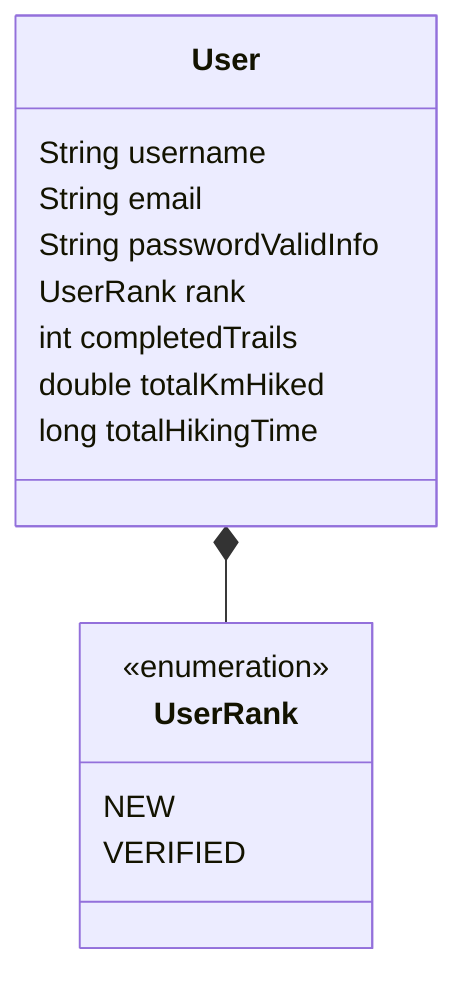
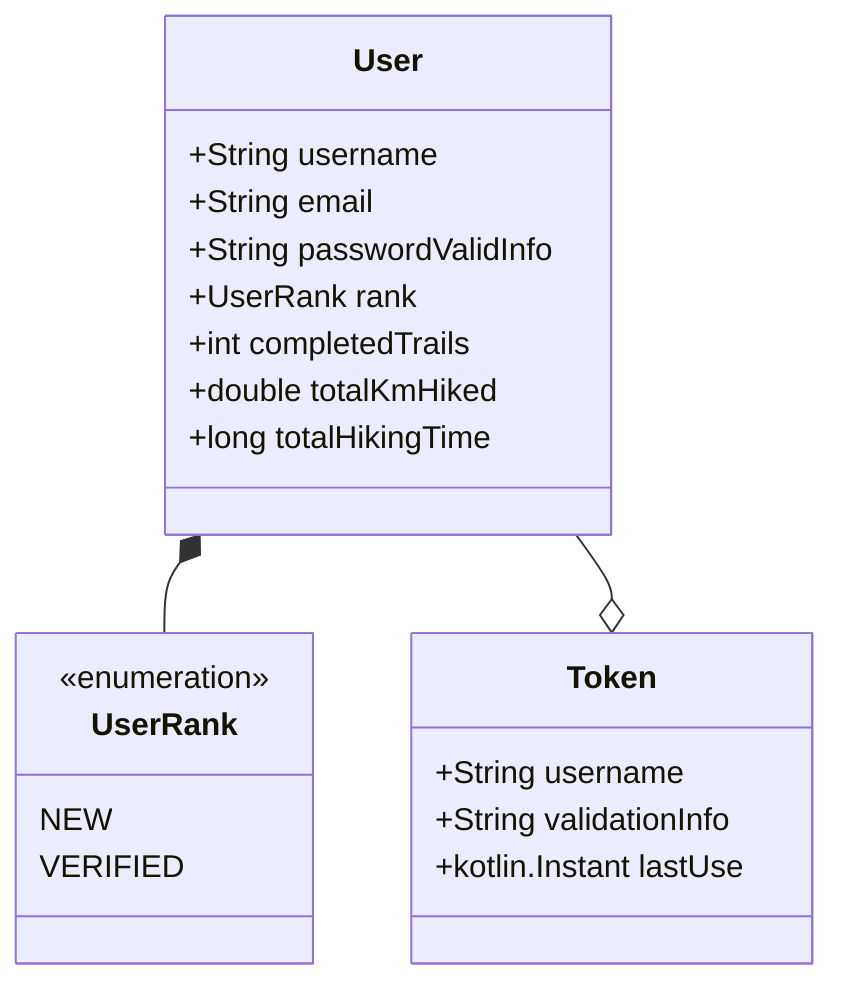
classDiagram
    class UserRank {
        <<enumeration>>
        NEW
        VERIFIED
    }

    class User {
-         String username
-         String email
-         String passwordValidInfo
-         UserRank rank
-         int completedTrails
-         double totalKmHiked
-         long totalHikingTime
+         +String username
+         +String email
+         +String passwordValidInfo
+         +UserRank rank
+         +int completedTrails
+         +double totalKmHiked
+         +long totalHikingTime
    }

-     User *-- UserRank+     User *-- UserRank
+ 
+     class Token {
+         +String username
+         +String validationInfo
+         +kotlin.Instant lastUse
+     }
+ 
+     User --o Token
+ 
